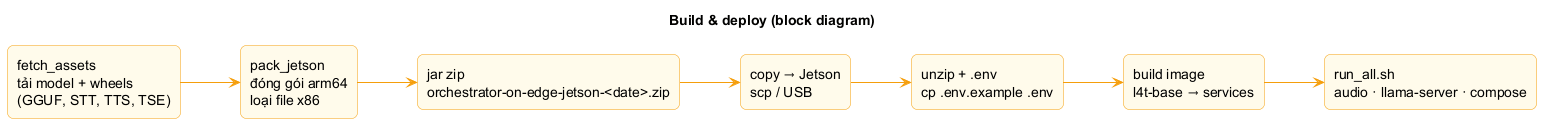
hminhphi/VoiceControl keeps this PlantUML diagram as docs/images/pipeline_build.png. Above is the earlier version.
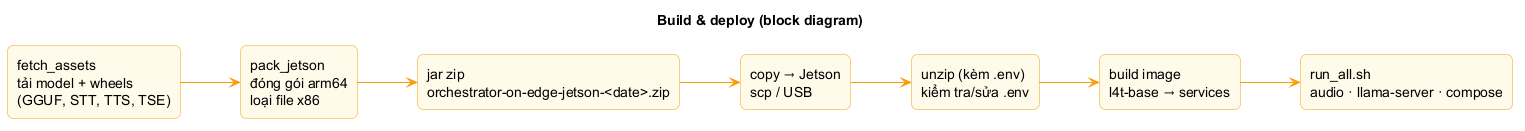
Later version of the same file.

Diff of the diagram source:
```diff
@@ -12,7 +12,7 @@
 rectangle "pack_jetson\nđóng gói arm64\nloại file x86" as B
 rectangle "jar zip\norchestrator-on-edge-jetson-<date>.zip" as C
 rectangle "copy → Jetson\nscp / USB" as D
-rectangle "unzip + .env\ncp .env.example .env" as E
+rectangle "unzip (kèm .env)\nkiểm tra/sửa .env" as E
 rectangle "build image\nl4t-base → services" as F
 rectangle "run_all.sh\naudio · llama-server · compose" as G
 
```
